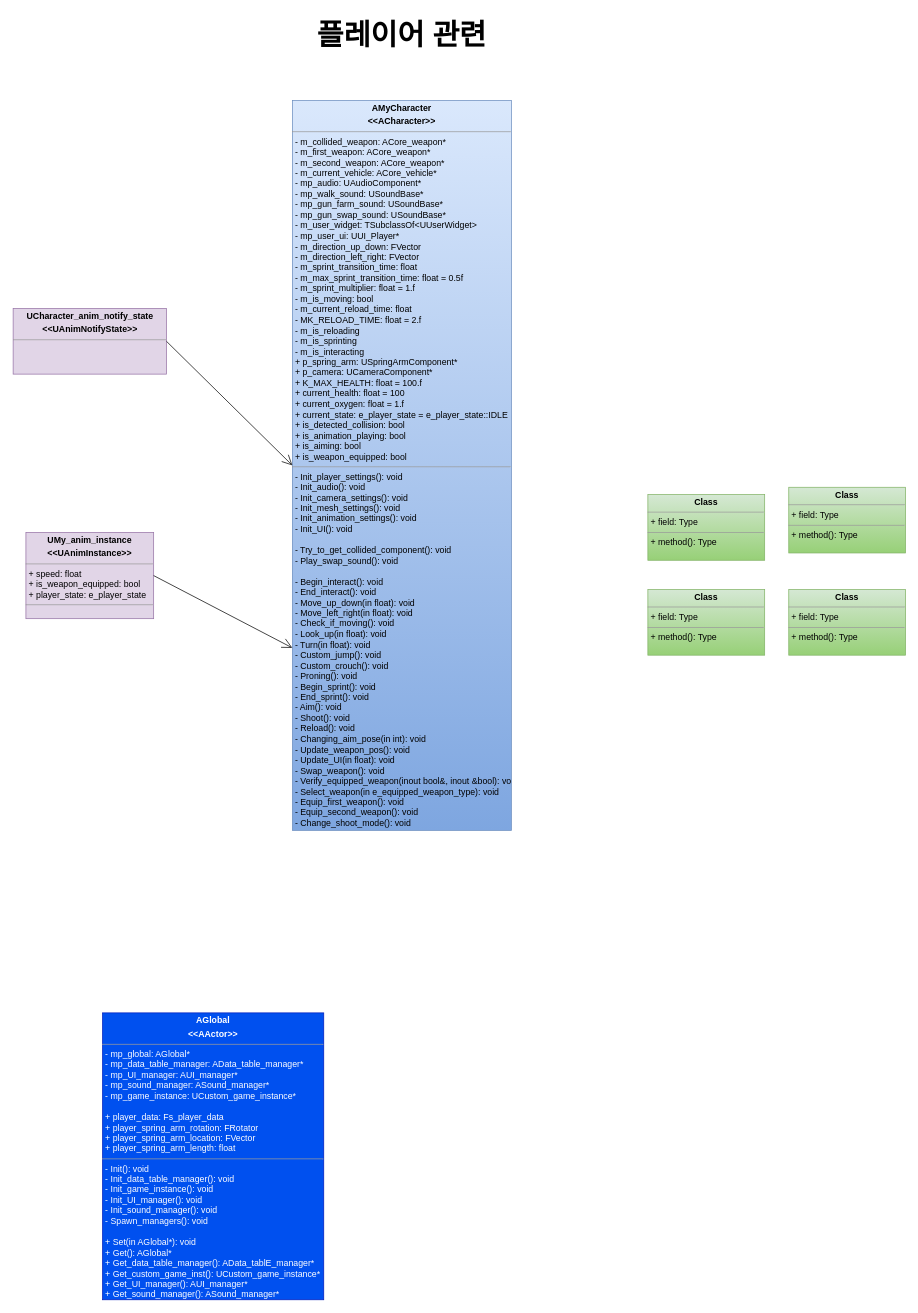
Above: page "CLASS" (2 of 3) of 0_Diagrams/Diagram.drawio in ShovelingLife/PUBG_UE4 (draw.io), before the change. Source tidied: cells renumbered, new cells numbered last; positions are measured from the earlier drawing's top-left corner, leaving out a move shared by most shapes. Both pictures are drawn from the tidied source at 73%, with x=0, y=0 at pixel (13, 12).
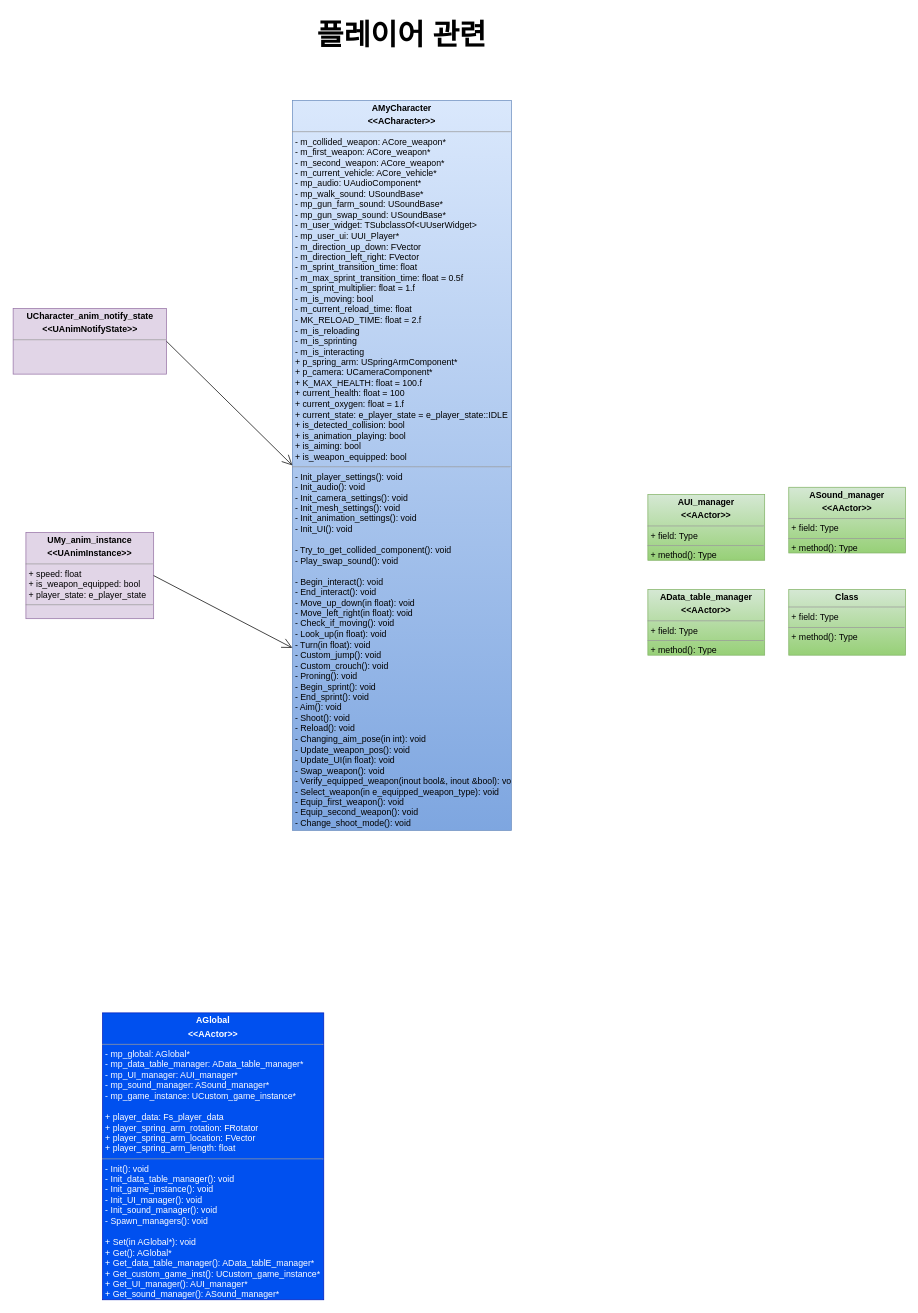
Above is the later version.

The edit, as a diff of the source:
```diff
@@
 <mxGraphModel>
   <root>
     <mxCell id="0" />
     <mxCell id="1" parent="0" />
     <mxCell id="2" value="&lt;p style=&quot;margin: 0px ; margin-top: 4px ; text-align: center&quot;&gt;&lt;b&gt;AMyCharacter&lt;/b&gt;&lt;/p&gt;&lt;p style=&quot;margin: 0px ; margin-top: 4px ; text-align: center&quot;&gt;&lt;b&gt;&amp;lt;&amp;lt;ACharacter&amp;gt;&amp;gt;&lt;/b&gt;&lt;/p&gt;&lt;hr size=&quot;1&quot;&gt;&lt;p style=&quot;margin: 0px ; margin-left: 4px&quot;&gt;- m_collided_weapon: ACore_weapon*&lt;/p&gt;&lt;p style=&quot;margin: 0px ; margin-left: 4px&quot;&gt;- m_first_weapon: ACore_weapon*&amp;nbsp;&lt;/p&gt;&lt;p style=&quot;margin: 0px ; margin-left: 4px&quot;&gt;- m_second_weapon: ACore_weapon*&lt;/p&gt;&lt;p style=&quot;margin: 0px ; margin-left: 4px&quot;&gt;- m_current_vehicle: ACore_vehicle*&lt;/p&gt;&lt;p style=&quot;margin: 0px ; margin-left: 4px&quot;&gt;- mp_audio: UAudioComponent*&lt;/p&gt;&lt;p style=&quot;margin: 0px ; margin-left: 4px&quot;&gt;- mp_walk_sound: USoundBase*&amp;nbsp;&lt;/p&gt;&lt;p style=&quot;margin: 0px ; margin-left: 4px&quot;&gt;- mp_gun_farm_sound: USoundBase*&amp;nbsp;&lt;/p&gt;&lt;p style=&quot;margin: 0px ; margin-left: 4px&quot;&gt;- mp_gun_swap_sound: USoundBase*&amp;nbsp;&lt;/p&gt;&lt;p style=&quot;margin: 0px ; margin-left: 4px&quot;&gt;- m_user_widget: TSubclassOf&amp;lt;UUserWidget&amp;gt;&lt;/p&gt;&lt;p style=&quot;margin: 0px ; margin-left: 4px&quot;&gt;- mp_user_ui: UUI_Player*&lt;/p&gt;&lt;p style=&quot;margin: 0px ; margin-left: 4px&quot;&gt;- m_direction_up_down: FVector&lt;/p&gt;&lt;p style=&quot;margin: 0px ; margin-left: 4px&quot;&gt;- m_direction_left_right: FVector&lt;/p&gt;&lt;p style=&quot;margin: 0px ; margin-left: 4px&quot;&gt;- m_sprint_transition_time: float&lt;/p&gt;&lt;p style=&quot;margin: 0px ; margin-left: 4px&quot;&gt;- m_max_sprint_transition_time: float = 0.5f&lt;/p&gt;&lt;p style=&quot;margin: 0px ; margin-left: 4px&quot;&gt;- m_sprint_multiplier: float = 1.f&lt;/p&gt;&lt;p style=&quot;margin: 0px ; margin-left: 4px&quot;&gt;- m_is_moving: bool&lt;/p&gt;&lt;p style=&quot;margin: 0px ; margin-left: 4px&quot;&gt;- m_current_reload_time: float&lt;/p&gt;&lt;p style=&quot;margin: 0px ; margin-left: 4px&quot;&gt;- MK_RELOAD_TIME: float = 2.f&lt;/p&gt;&lt;p style=&quot;margin: 0px ; margin-left: 4px&quot;&gt;- m_is_reloading&lt;/p&gt;&lt;p style=&quot;margin: 0px ; margin-left: 4px&quot;&gt;- m_is_sprinting&lt;/p&gt;&lt;p style=&quot;margin: 0px ; margin-left: 4px&quot;&gt;- m_is_interacting&lt;/p&gt;&lt;p style=&quot;margin: 0px ; margin-left: 4px&quot;&gt;+ p_spring_arm: USpringArmComponent*&lt;/p&gt;&lt;p style=&quot;margin: 0px ; margin-left: 4px&quot;&gt;+ p_camera: UCameraComponent*&lt;/p&gt;&lt;p style=&quot;margin: 0px ; margin-left: 4px&quot;&gt;+ K_MAX_HEALTH: float = 100.f&lt;/p&gt;&lt;p style=&quot;margin: 0px ; margin-left: 4px&quot;&gt;+ current_health: float = 100&lt;/p&gt;&lt;p style=&quot;margin: 0px ; margin-left: 4px&quot;&gt;+ current_oxygen: float = 1.f&lt;/p&gt;&lt;p style=&quot;margin: 0px ; margin-left: 4px&quot;&gt;+ current_state: e_player_state = e_player_state::IDLE&lt;/p&gt;&lt;p style=&quot;margin: 0px ; margin-left: 4px&quot;&gt;+ is_detected_collision: bool&lt;/p&gt;&lt;p style=&quot;margin: 0px ; margin-left: 4px&quot;&gt;+ is_animation_playing: bool&amp;nbsp;&amp;nbsp;&lt;/p&gt;&lt;p style=&quot;margin: 0px ; margin-left: 4px&quot;&gt;+ is_aiming: bool&amp;nbsp; &amp;nbsp; &amp;nbsp; &amp;nbsp; &amp;nbsp; &amp;nbsp; &amp;nbsp;&lt;/p&gt;&lt;p style=&quot;margin: 0px ; margin-left: 4px&quot;&gt;+ is_weapon_equipped: bool&amp;nbsp; &amp;nbsp;&lt;/p&gt;&lt;hr size=&quot;1&quot;&gt;&lt;p style=&quot;margin: 0px ; margin-left: 4px&quot;&gt;&lt;span&gt;- Init_player_settings(): void&lt;/span&gt;&lt;br&gt;&lt;/p&gt;&lt;p style=&quot;margin: 0px ; margin-left: 4px&quot;&gt;- Init_audio(): void&lt;/p&gt;&lt;p style=&quot;margin: 0px ; margin-left: 4px&quot;&gt;- Init_camera_settings(): void&lt;/p&gt;&lt;p style=&quot;margin: 0px ; margin-left: 4px&quot;&gt;- Init_mesh_settings(): void&lt;/p&gt;&lt;p style=&quot;margin: 0px ; margin-left: 4px&quot;&gt;- Init_animation_settings(): void&lt;/p&gt;&lt;p style=&quot;margin: 0px ; margin-left: 4px&quot;&gt;- Init_UI(): void&lt;/p&gt;&lt;p style=&quot;margin: 0px ; margin-left: 4px&quot;&gt;&lt;br&gt;&lt;/p&gt;&lt;p style=&quot;margin: 0px ; margin-left: 4px&quot;&gt;- Try_to_get_collided_component(): void&lt;/p&gt;&lt;p style=&quot;margin: 0px ; margin-left: 4px&quot;&gt;- Play_swap_sound(): void&lt;/p&gt;&lt;p style=&quot;margin: 0px ; margin-left: 4px&quot;&gt;&lt;br&gt;&lt;/p&gt;&lt;p style=&quot;margin: 0px ; margin-left: 4px&quot;&gt;- Begin_interact(): void&lt;/p&gt;&lt;p style=&quot;margin: 0px ; margin-left: 4px&quot;&gt;- End_interact(): void&lt;/p&gt;&lt;p style=&quot;margin: 0px ; margin-left: 4px&quot;&gt;- Move_up_down(in float): void&lt;/p&gt;&lt;p style=&quot;margin: 0px ; margin-left: 4px&quot;&gt;- Move_left_right(in float): void&lt;/p&gt;&lt;p style=&quot;margin: 0px ; margin-left: 4px&quot;&gt;- Check_if_moving(): void&lt;/p&gt;&lt;p style=&quot;margin: 0px ; margin-left: 4px&quot;&gt;- Look_up(in float): void&lt;/p&gt;&lt;p style=&quot;margin: 0px ; margin-left: 4px&quot;&gt;- Turn(in float): void&lt;/p&gt;&lt;p style=&quot;margin: 0px ; margin-left: 4px&quot;&gt;- Custom_jump(): void&lt;/p&gt;&lt;p style=&quot;margin: 0px ; margin-left: 4px&quot;&gt;- Custom_crouch(): void&lt;/p&gt;&lt;p style=&quot;margin: 0px ; margin-left: 4px&quot;&gt;- Proning(): void&lt;/p&gt;&lt;p style=&quot;margin: 0px ; margin-left: 4px&quot;&gt;- Begin_sprint(): void&lt;/p&gt;&lt;p style=&quot;margin: 0px ; margin-left: 4px&quot;&gt;- End_sprint(): void&lt;/p&gt;&lt;p style=&quot;margin: 0px ; margin-left: 4px&quot;&gt;- Aim(): void&lt;/p&gt;&lt;p style=&quot;margin: 0px ; margin-left: 4px&quot;&gt;- Shoot(): void&lt;/p&gt;&lt;p style=&quot;margin: 0px ; margin-left: 4px&quot;&gt;- Reload(): void&lt;/p&gt;&lt;p style=&quot;margin: 0px ; margin-left: 4px&quot;&gt;- Changing_aim_pose(in int): void&lt;/p&gt;&lt;p style=&quot;margin: 0px ; margin-left: 4px&quot;&gt;- Update_weapon_pos(): void&lt;/p&gt;&lt;p style=&quot;margin: 0px ; margin-left: 4px&quot;&gt;- Update_UI(in float): void&lt;/p&gt;&lt;p style=&quot;margin: 0px ; margin-left: 4px&quot;&gt;- Swap_weapon(): void&lt;/p&gt;&lt;p style=&quot;margin: 0px ; margin-left: 4px&quot;&gt;- Verify_equipped_weapon(inout bool&amp;amp;, inout &amp;amp;bool): void&lt;/p&gt;&lt;p style=&quot;margin: 0px ; margin-left: 4px&quot;&gt;- Select_weapon(in e_equipped_weapon_type): void&lt;/p&gt;&lt;p style=&quot;margin: 0px ; margin-left: 4px&quot;&gt;- Equip_first_weapon(): void&lt;/p&gt;&lt;p style=&quot;margin: 0px ; margin-left: 4px&quot;&gt;- Equip_second_weapon(): void&lt;/p&gt;&lt;p style=&quot;margin: 0px ; margin-left: 4px&quot;&gt;- Change_shoot_mode(): void&lt;/p&gt;" style="verticalAlign=top;align=left;overflow=fill;fontSize=12;fontFamily=Helvetica;html=1;fillColor=#dae8fc;gradientColor=#7ea6e0;strokeColor=#6c8ebf;" parent="1" vertex="1">
       <mxGeometry x="382" y="120" width="300" height="1000" as="geometry" />
     </mxCell>
     <mxCell id="3" value="&lt;p style=&quot;margin: 0px ; margin-top: 4px ; text-align: center&quot;&gt;&lt;b&gt;UCharacter_anim_notify_state&lt;/b&gt;&lt;br&gt;&lt;/p&gt;&lt;p style=&quot;margin: 0px ; margin-top: 4px ; text-align: center&quot;&gt;&lt;b&gt;&amp;lt;&amp;lt;UAnimNotifyState&amp;gt;&amp;gt;&lt;/b&gt;&lt;/p&gt;&lt;hr size=&quot;1&quot;&gt;&lt;p style=&quot;margin: 0px ; margin-left: 4px&quot;&gt;&lt;br&gt;&lt;/p&gt;" style="verticalAlign=top;align=left;overflow=fill;fontSize=12;fontFamily=Helvetica;html=1;fillColor=#e1d5e7;strokeColor=#9673a6;" parent="1" vertex="1">
       <mxGeometry x="-0.5" y="405" width="210" height="90" as="geometry" />
     </mxCell>
     <mxCell id="4" style="endArrow=open;endFill=1;endSize=12;html=1;rounded=0;entryX=0;entryY=0.5;entryDx=0;entryDy=0;exitX=1;exitY=0.5;exitDx=0;exitDy=0;" parent="1" edge="1" source="3" target="2">
       <mxGeometry relative="1" as="geometry" />
     </mxCell>
     <mxCell id="5" value="&lt;p style=&quot;margin: 0px ; margin-top: 4px ; text-align: center&quot;&gt;&lt;b&gt;UMy_anim_instance&lt;/b&gt;&lt;br&gt;&lt;/p&gt;&lt;p style=&quot;margin: 0px ; margin-top: 4px ; text-align: center&quot;&gt;&lt;b&gt;&amp;lt;&amp;lt;UAnimInstance&amp;gt;&amp;gt;&lt;/b&gt;&lt;/p&gt;&lt;hr size=&quot;1&quot;&gt;&lt;p style=&quot;margin: 0px ; margin-left: 4px&quot;&gt;+ speed: float&lt;/p&gt;&lt;p style=&quot;margin: 0px ; margin-left: 4px&quot;&gt;+ is_weapon_equipped: bool&lt;/p&gt;&lt;p style=&quot;margin: 0px ; margin-left: 4px&quot;&gt;+&amp;nbsp;player_state:&amp;nbsp;e_player_state&lt;/p&gt;&lt;hr size=&quot;1&quot;&gt;&lt;p style=&quot;margin: 0px ; margin-left: 4px&quot;&gt;&lt;br&gt;&lt;/p&gt;" style="verticalAlign=top;align=left;overflow=fill;fontSize=12;fontFamily=Helvetica;html=1;fillColor=#e1d5e7;strokeColor=#9673a6;" parent="1" vertex="1">
       <mxGeometry x="17" y="712" width="175" height="118" as="geometry" />
     </mxCell>
     <mxCell id="6" style="endArrow=open;endFill=1;endSize=12;html=1;rounded=0;exitX=1;exitY=0.5;exitDx=0;exitDy=0;entryX=0;entryY=0.75;entryDx=0;entryDy=0;" parent="1" edge="1" source="5" target="2">
       <mxGeometry relative="1" as="geometry" />
     </mxCell>
     <mxCell id="7" value="&lt;p style=&quot;margin: 0px ; margin-top: 4px ; text-align: center&quot;&gt;&lt;b&gt;AGlobal&lt;/b&gt;&lt;/p&gt;&lt;p style=&quot;margin: 0px ; margin-top: 4px ; text-align: center&quot;&gt;&lt;b&gt;&amp;lt;&amp;lt;AActor&amp;gt;&amp;gt;&lt;/b&gt;&lt;/p&gt;&lt;hr size=&quot;1&quot;&gt;&lt;p style=&quot;margin: 0px ; margin-left: 4px&quot;&gt;- mp_global: AGlobal*&lt;/p&gt;&lt;p style=&quot;margin: 0px ; margin-left: 4px&quot;&gt;- mp_data_table_manager: AData_table_manager*&lt;/p&gt;&lt;p style=&quot;margin: 0px ; margin-left: 4px&quot;&gt;- mp_UI_manager: AUI_manager*&lt;/p&gt;&lt;p style=&quot;margin: 0px ; margin-left: 4px&quot;&gt;- mp_sound_manager: ASound_manager*&lt;/p&gt;&lt;p style=&quot;margin: 0px ; margin-left: 4px&quot;&gt;- mp_game_instance: UCustom_game_instance*&lt;/p&gt;&lt;p style=&quot;margin: 0px ; margin-left: 4px&quot;&gt;&lt;br&gt;&lt;/p&gt;&lt;p style=&quot;margin: 0px ; margin-left: 4px&quot;&gt;+ player_data: Fs_player_data&lt;/p&gt;&lt;p style=&quot;margin: 0px ; margin-left: 4px&quot;&gt;+ player_spring_arm_rotation: FRotator&lt;/p&gt;&lt;p style=&quot;margin: 0px ; margin-left: 4px&quot;&gt;+ player_spring_arm_location: FVector&lt;/p&gt;&lt;p style=&quot;margin: 0px ; margin-left: 4px&quot;&gt;+ player_spring_arm_length: float&lt;/p&gt;&lt;hr size=&quot;1&quot;&gt;&lt;p style=&quot;margin: 0px ; margin-left: 4px&quot;&gt;- Init(): void&lt;/p&gt;&lt;p style=&quot;margin: 0px ; margin-left: 4px&quot;&gt;- Init_data_table_manager(): void&lt;/p&gt;&lt;p style=&quot;margin: 0px ; margin-left: 4px&quot;&gt;- Init_game_instance(): void&lt;/p&gt;&lt;p style=&quot;margin: 0px ; margin-left: 4px&quot;&gt;- Init_UI_manager(): void&lt;/p&gt;&lt;p style=&quot;margin: 0px ; margin-left: 4px&quot;&gt;- Init_sound_manager(): void&lt;/p&gt;&lt;p style=&quot;margin: 0px ; margin-left: 4px&quot;&gt;- Spawn_managers(): void&lt;/p&gt;&lt;p style=&quot;margin: 0px ; margin-left: 4px&quot;&gt;&lt;br&gt;&lt;/p&gt;&lt;p style=&quot;margin: 0px ; margin-left: 4px&quot;&gt;+ Set(in AGlobal*): void&lt;/p&gt;&lt;p style=&quot;margin: 0px ; margin-left: 4px&quot;&gt;+ Get(): AGlobal*&lt;/p&gt;&lt;p style=&quot;margin: 0px ; margin-left: 4px&quot;&gt;+ Get_data_table_manager(): AData_tablE_manager*&lt;/p&gt;&lt;p style=&quot;margin: 0px ; margin-left: 4px&quot;&gt;+ Get_custom_game_inst(): UCustom_game_instance*&lt;/p&gt;&lt;p style=&quot;margin: 0px ; margin-left: 4px&quot;&gt;+ Get_UI_manager(): AUI_manager*&lt;/p&gt;&lt;p style=&quot;margin: 0px ; margin-left: 4px&quot;&gt;+ Get_sound_manager(): ASound_manager*&lt;/p&gt;" style="verticalAlign=top;align=left;overflow=fill;fontSize=12;fontFamily=Helvetica;html=1;fillColor=#0050ef;strokeColor=#001DBC;fontColor=#ffffff;" parent="1" vertex="1">
       <mxGeometry x="122" y="1370" width="303" height="393" as="geometry" />
     </mxCell>
     <mxCell id="8" value="플레이어 관련" style="text;align=center;fontStyle=1;verticalAlign=middle;spacingLeft=3;spacingRight=3;strokeColor=none;fontSize=40;" parent="1" vertex="1">
       <mxGeometry x="437" width="190" height="50" as="geometry" />
     </mxCell>
-    <mxCell id="9" value="&lt;p style=&quot;margin:0px;margin-top:4px;text-align:center;&quot;&gt;&lt;b&gt;Class&lt;/b&gt;&lt;/p&gt;&lt;hr size=&quot;1&quot;/&gt;&lt;p style=&quot;margin:0px;margin-left:4px;&quot;&gt;+ field: Type&lt;/p&gt;&lt;hr size=&quot;1&quot;/&gt;&lt;p style=&quot;margin:0px;margin-left:4px;&quot;&gt;+ method(): Type&lt;/p&gt;" style="verticalAlign=top;align=left;overflow=fill;fontSize=12;fontFamily=Helvetica;html=1;fillColor=#d5e8d4;strokeColor=#82b366;gradientColor=#97d077;" parent="1" vertex="1">
+    <mxCell id="9" value="&lt;p style=&quot;margin: 0px ; margin-top: 4px ; text-align: center&quot;&gt;&lt;b&gt;AData_table_manager&lt;/b&gt;&lt;/p&gt;&lt;p style=&quot;margin: 0px ; margin-top: 4px ; text-align: center&quot;&gt;&lt;b&gt;&amp;lt;&amp;lt;AActor&amp;gt;&amp;gt;&lt;/b&gt;&lt;b&gt;&lt;br&gt;&lt;/b&gt;&lt;/p&gt;&lt;hr size=&quot;1&quot;&gt;&lt;p style=&quot;margin: 0px ; margin-left: 4px&quot;&gt;+ field: Type&lt;/p&gt;&lt;hr size=&quot;1&quot;&gt;&lt;p style=&quot;margin: 0px ; margin-left: 4px&quot;&gt;+ method(): Type&lt;/p&gt;" style="verticalAlign=top;align=left;overflow=fill;fontSize=12;fontFamily=Helvetica;html=1;fillColor=#d5e8d4;strokeColor=#82b366;gradientColor=#97d077;" parent="1" vertex="1">
       <mxGeometry x="869" y="790" width="160" height="90" as="geometry" />
     </mxCell>
-    <mxCell id="10" value="&lt;p style=&quot;margin:0px;margin-top:4px;text-align:center;&quot;&gt;&lt;b&gt;Class&lt;/b&gt;&lt;/p&gt;&lt;hr size=&quot;1&quot;/&gt;&lt;p style=&quot;margin:0px;margin-left:4px;&quot;&gt;+ field: Type&lt;/p&gt;&lt;hr size=&quot;1&quot;/&gt;&lt;p style=&quot;margin:0px;margin-left:4px;&quot;&gt;+ method(): Type&lt;/p&gt;" style="verticalAlign=top;align=left;overflow=fill;fontSize=12;fontFamily=Helvetica;html=1;fillColor=#d5e8d4;strokeColor=#82b366;gradientColor=#97d077;" parent="1" vertex="1">
+    <mxCell id="10" value="&lt;p style=&quot;margin: 0px ; margin-top: 4px ; text-align: center&quot;&gt;&lt;b&gt;ASound_manager&lt;/b&gt;&lt;/p&gt;&lt;p style=&quot;margin: 0px ; margin-top: 4px ; text-align: center&quot;&gt;&lt;b&gt;&amp;lt;&amp;lt;AActor&amp;gt;&amp;gt;&lt;/b&gt;&lt;b&gt;&lt;br&gt;&lt;/b&gt;&lt;/p&gt;&lt;hr size=&quot;1&quot;&gt;&lt;p style=&quot;margin: 0px ; margin-left: 4px&quot;&gt;+ field: Type&lt;/p&gt;&lt;hr size=&quot;1&quot;&gt;&lt;p style=&quot;margin: 0px ; margin-left: 4px&quot;&gt;+ method(): Type&lt;/p&gt;" style="verticalAlign=top;align=left;overflow=fill;fontSize=12;fontFamily=Helvetica;html=1;fillColor=#d5e8d4;strokeColor=#82b366;gradientColor=#97d077;" parent="1" vertex="1">
       <mxGeometry x="1062" y="650" width="160" height="90" as="geometry" />
     </mxCell>
-    <mxCell id="11" value="&lt;p style=&quot;margin:0px;margin-top:4px;text-align:center;&quot;&gt;&lt;b&gt;Class&lt;/b&gt;&lt;/p&gt;&lt;hr size=&quot;1&quot;/&gt;&lt;p style=&quot;margin:0px;margin-left:4px;&quot;&gt;+ field: Type&lt;/p&gt;&lt;hr size=&quot;1&quot;/&gt;&lt;p style=&quot;margin:0px;margin-left:4px;&quot;&gt;+ method(): Type&lt;/p&gt;" style="verticalAlign=top;align=left;overflow=fill;fontSize=12;fontFamily=Helvetica;html=1;fillColor=#d5e8d4;strokeColor=#82b366;gradientColor=#97d077;" parent="1" vertex="1">
+    <mxCell id="11" value="&lt;p style=&quot;margin: 0px ; margin-top: 4px ; text-align: center&quot;&gt;&lt;b&gt;AUI_manager&lt;/b&gt;&lt;/p&gt;&lt;p style=&quot;margin: 0px ; margin-top: 4px ; text-align: center&quot;&gt;&lt;b&gt;&amp;lt;&amp;lt;AActor&amp;gt;&amp;gt;&lt;/b&gt;&lt;/p&gt;&lt;hr size=&quot;1&quot;&gt;&lt;p style=&quot;margin: 0px ; margin-left: 4px&quot;&gt;+ field: Type&lt;/p&gt;&lt;hr size=&quot;1&quot;&gt;&lt;p style=&quot;margin: 0px ; margin-left: 4px&quot;&gt;+ method(): Type&lt;/p&gt;" style="verticalAlign=top;align=left;overflow=fill;fontSize=12;fontFamily=Helvetica;html=1;fillColor=#d5e8d4;strokeColor=#82b366;gradientColor=#97d077;" parent="1" vertex="1">
       <mxGeometry x="869" y="660" width="160" height="90" as="geometry" />
     </mxCell>
     <mxCell id="12" value="&lt;p style=&quot;margin:0px;margin-top:4px;text-align:center;&quot;&gt;&lt;b&gt;Class&lt;/b&gt;&lt;/p&gt;&lt;hr size=&quot;1&quot;/&gt;&lt;p style=&quot;margin:0px;margin-left:4px;&quot;&gt;+ field: Type&lt;/p&gt;&lt;hr size=&quot;1&quot;/&gt;&lt;p style=&quot;margin:0px;margin-left:4px;&quot;&gt;+ method(): Type&lt;/p&gt;" style="verticalAlign=top;align=left;overflow=fill;fontSize=12;fontFamily=Helvetica;html=1;fillColor=#d5e8d4;strokeColor=#82b366;gradientColor=#97d077;" parent="1" vertex="1">
       <mxGeometry x="1062" y="790" width="160" height="90" as="geometry" />
     </mxCell>
   </root>
 </mxGraphModel>
```
